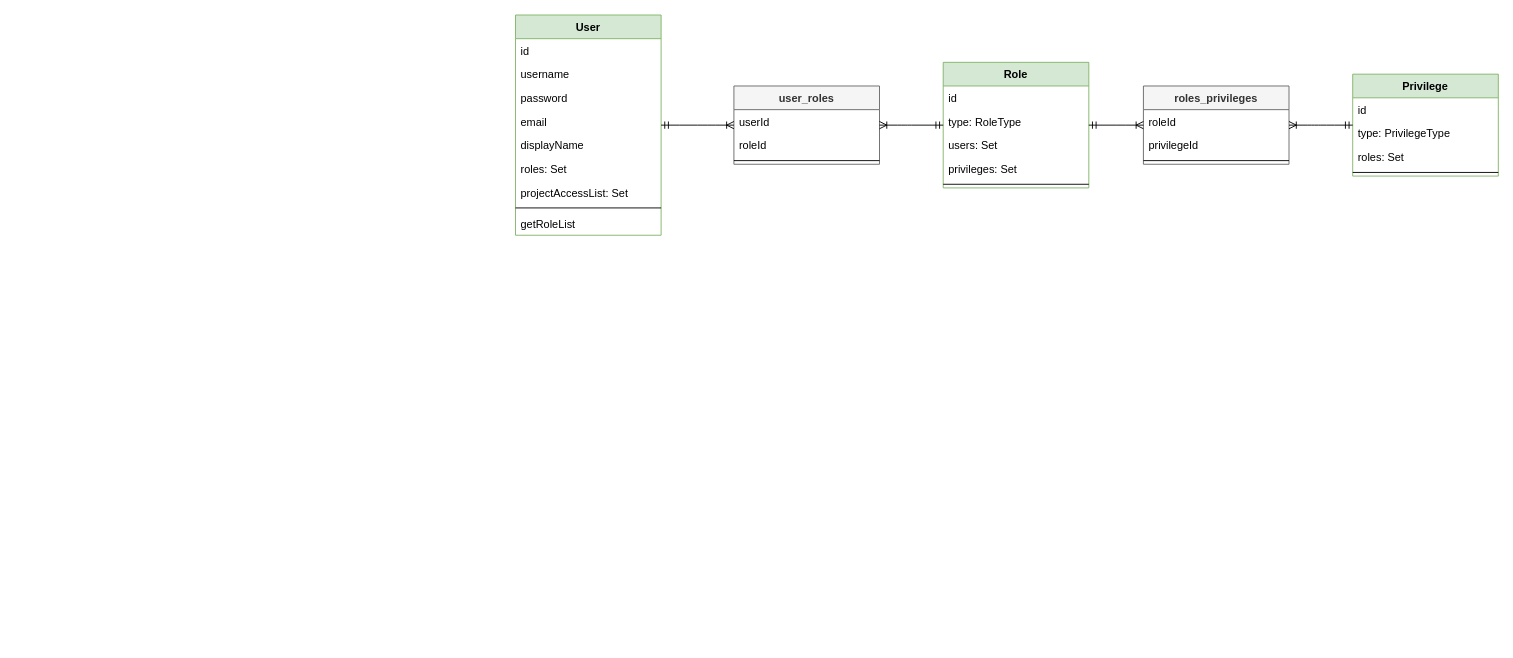
Earlier version of the draw.io diagram docs/3 infrastructure/database model.drawio (CristiHE/task-app). Source tidied: cells renumbered, new cells numbered last; positions are measured from the earlier drawing's top-left corner, leaving out a move shared by most shapes. Both pictures are drawn from the tidied source at 91%, with x=0, y=0 at pixel (515, 15).
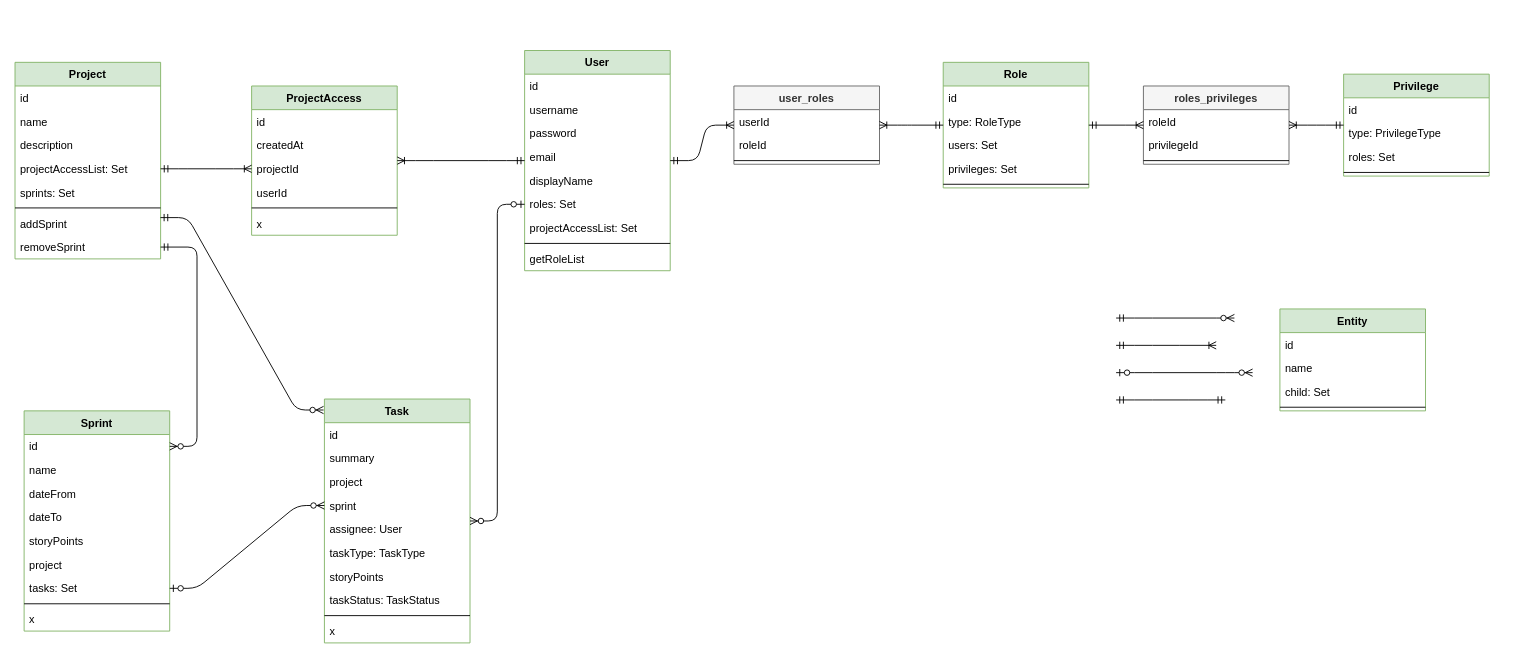
After the change.

Commit message:
code review - add db model

Unchanged cells that the change refers to:
```xml
<mxCell id="8" value="roles: Set" style="text;strokeColor=none;fillColor=none;align=left;verticalAlign=top;spacingLeft=4;spacingRight=4;overflow=hidden;points=[[0,0.5],[1,0.5]];portConstraint=eastwest;" parent="2" vertex="1">
  <mxGeometry y="156" width="160" height="26" as="geometry" />
</mxCell>
<mxCell id="12" value="Role" style="swimlane;fontStyle=1;align=center;verticalAlign=top;horizontal=1;startSize=26;fillColor=#d5e8d4;strokeColor=#82b366;" parent="1" vertex="1">
  <mxGeometry x="470" y="52" width="160" height="138" as="geometry" />
</mxCell>
<mxCell id="23" value="roles_privileges" style="swimlane;fontStyle=1;align=center;verticalAlign=top;horizontal=1;startSize=26;fillColor=#f5f5f5;strokeColor=#666666;fontColor=#333333;" parent="1" vertex="1">
  <mxGeometry x="690" y="78" width="160" height="86" as="geometry" />
</mxCell>
<mxCell id="27" value="user_roles" style="swimlane;fontStyle=1;align=center;verticalAlign=top;horizontal=1;startSize=26;fillColor=#f5f5f5;strokeColor=#666666;fontColor=#333333;" parent="1" vertex="1">
  <mxGeometry x="240" y="78" width="160" height="86" as="geometry" />
</mxCell>
```

What changed in the source:
```diff
@@
+    <mxCell id="34" value="Project" style="swimlane;fontStyle=1;align=center;verticalAlign=top;horizontal=1;startSize=26;fillColor=#d5e8d4;strokeColor=#82b366;" parent="1" vertex="1">
+      <mxGeometry x="-550" y="52" width="160" height="216" as="geometry" />
+    </mxCell>
+    <mxCell id="35" value="id" style="text;strokeColor=none;fillColor=none;align=left;verticalAlign=top;spacingLeft=4;spacingRight=4;overflow=hidden;" parent="34" vertex="1">
+      <mxGeometry y="26" width="160" height="26" as="geometry" />
+    </mxCell>
+    <mxCell id="36" value="name" style="text;strokeColor=none;fillColor=none;align=left;verticalAlign=top;spacingLeft=4;spacingRight=4;overflow=hidden;" parent="34" vertex="1">
+      <mxGeometry y="52" width="160" height="26" as="geometry" />
+    </mxCell>
+    <mxCell id="37" value="description" style="text;strokeColor=none;fillColor=none;align=left;verticalAlign=top;spacingLeft=4;spacingRight=4;overflow=hidden;" parent="34" vertex="1">
+      <mxGeometry y="78" width="160" height="26" as="geometry" />
+    </mxCell>
+    <mxCell id="38" value="projectAccessList: Set" style="text;strokeColor=none;fillColor=none;align=left;verticalAlign=top;spacingLeft=4;spacingRight=4;overflow=hidden;points=[[0,0.5],[1,0.5]];portConstraint=eastwest;" parent="34" vertex="1">
+      <mxGeometry y="104" width="160" height="26" as="geometry" />
+    </mxCell>
+    <mxCell id="39" value="sprints: Set" style="text;strokeColor=none;fillColor=none;align=left;verticalAlign=top;spacingLeft=4;spacingRight=4;overflow=hidden;" parent="34" vertex="1">
+      <mxGeometry y="130" width="160" height="26" as="geometry" />
+    </mxCell>
+    <mxCell id="40" style="line;strokeWidth=1;fillColor=none;align=left;verticalAlign=middle;spacingTop=-1;spacingLeft=3;spacingRight=3;labelPosition=right;" parent="34" vertex="1">
+      <mxGeometry y="156" width="160" height="8" as="geometry" />
+    </mxCell>
+    <mxCell id="41" value="addSprint" style="text;strokeColor=none;fillColor=none;align=left;verticalAlign=top;spacingLeft=4;spacingRight=4;overflow=hidden;points=[[0,0.5],[1,0.5]];portConstraint=eastwest;" parent="34" vertex="1">
+      <mxGeometry y="164" width="160" height="26" as="geometry" />
+    </mxCell>
+    <mxCell id="42" value="removeSprint" style="text;strokeColor=none;fillColor=none;align=left;verticalAlign=top;spacingLeft=4;spacingRight=4;overflow=hidden;" parent="34" vertex="1">
+      <mxGeometry y="190" width="160" height="26" as="geometry" />
+    </mxCell>
+    <mxCell id="43" value="Sprint" style="swimlane;fontStyle=1;align=center;verticalAlign=top;horizontal=1;startSize=26;fillColor=#d5e8d4;strokeColor=#82b366;" parent="1" vertex="1">
+      <mxGeometry x="-540" y="435" width="160" height="242" as="geometry" />
+    </mxCell>
+    <mxCell id="44" value="id" style="text;strokeColor=none;fillColor=none;align=left;verticalAlign=top;spacingLeft=4;spacingRight=4;overflow=hidden;points=[[0,0.5],[1,0.5]];portConstraint=eastwest;" parent="43" vertex="1">
+      <mxGeometry y="26" width="160" height="26" as="geometry" />
+    </mxCell>
+    <mxCell id="45" value="name" style="text;strokeColor=none;fillColor=none;align=left;verticalAlign=top;spacingLeft=4;spacingRight=4;overflow=hidden;" parent="43" vertex="1">
+      <mxGeometry y="52" width="160" height="26" as="geometry" />
+    </mxCell>
+    <mxCell id="46" value="dateFrom" style="text;strokeColor=none;fillColor=none;align=left;verticalAlign=top;spacingLeft=4;spacingRight=4;overflow=hidden;" parent="43" vertex="1">
+      <mxGeometry y="78" width="160" height="26" as="geometry" />
+    </mxCell>
+    <mxCell id="47" value="dateTo" style="text;strokeColor=none;fillColor=none;align=left;verticalAlign=top;spacingLeft=4;spacingRight=4;overflow=hidden;" parent="43" vertex="1">
+      <mxGeometry y="104" width="160" height="26" as="geometry" />
+    </mxCell>
+    <mxCell id="48" value="storyPoints" style="text;strokeColor=none;fillColor=none;align=left;verticalAlign=top;spacingLeft=4;spacingRight=4;overflow=hidden;" parent="43" vertex="1">
+      <mxGeometry y="130" width="160" height="26" as="geometry" />
+    </mxCell>
+    <mxCell id="49" value="project" style="text;strokeColor=none;fillColor=none;align=left;verticalAlign=top;spacingLeft=4;spacingRight=4;overflow=hidden;" parent="43" vertex="1">
+      <mxGeometry y="156" width="160" height="26" as="geometry" />
+    </mxCell>
+    <mxCell id="50" value="tasks: Set" style="text;strokeColor=none;fillColor=none;align=left;verticalAlign=top;spacingLeft=4;spacingRight=4;overflow=hidden;points=[[0,0.5],[1,0.5]];portConstraint=eastwest;" parent="43" vertex="1">
+      <mxGeometry y="182" width="160" height="26" as="geometry" />
+    </mxCell>
+    <mxCell id="51" style="line;strokeWidth=1;fillColor=none;align=left;verticalAlign=middle;spacingTop=-1;spacingLeft=3;spacingRight=3;labelPosition=right;" parent="43" vertex="1">
+      <mxGeometry y="208" width="160" height="8" as="geometry" />
+    </mxCell>
+    <mxCell id="52" value="x" style="text;strokeColor=none;fillColor=none;align=left;verticalAlign=top;spacingLeft=4;spacingRight=4;overflow=hidden;" parent="43" vertex="1">
+      <mxGeometry y="216" width="160" height="26" as="geometry" />
+    </mxCell>
+    <mxCell id="53" value="Task" style="swimlane;fontStyle=1;align=center;verticalAlign=top;horizontal=1;startSize=26;fillColor=#d5e8d4;strokeColor=#82b366;" parent="1" vertex="1">
+      <mxGeometry x="-210" y="422" width="160" height="268" as="geometry" />
+    </mxCell>
+    <mxCell id="54" value="id" style="text;strokeColor=none;fillColor=none;align=left;verticalAlign=top;spacingLeft=4;spacingRight=4;overflow=hidden;" parent="53" vertex="1">
+      <mxGeometry y="26" width="160" height="26" as="geometry" />
+    </mxCell>
+    <mxCell id="55" value="summary" style="text;strokeColor=none;fillColor=none;align=left;verticalAlign=top;spacingLeft=4;spacingRight=4;overflow=hidden;" parent="53" vertex="1">
+      <mxGeometry y="52" width="160" height="26" as="geometry" />
+    </mxCell>
+    <mxCell id="56" value="project" style="text;strokeColor=none;fillColor=none;align=left;verticalAlign=top;spacingLeft=4;spacingRight=4;overflow=hidden;" parent="53" vertex="1">
+      <mxGeometry y="78" width="160" height="26" as="geometry" />
+    </mxCell>
+    <mxCell id="57" value="sprint" style="text;strokeColor=none;fillColor=none;align=left;verticalAlign=top;spacingLeft=4;spacingRight=4;overflow=hidden;points=[[0,0.5],[1,0.5]];portConstraint=eastwest;" parent="53" vertex="1">
+      <mxGeometry y="104" width="160" height="26" as="geometry" />
+    </mxCell>
+    <mxCell id="58" value="assignee: User" style="text;strokeColor=none;fillColor=none;align=left;verticalAlign=top;spacingLeft=4;spacingRight=4;overflow=hidden;" parent="53" vertex="1">
+      <mxGeometry y="130" width="160" height="26" as="geometry" />
+    </mxCell>
+    <mxCell id="59" value="taskType: TaskType" style="text;strokeColor=none;fillColor=none;align=left;verticalAlign=top;spacingLeft=4;spacingRight=4;overflow=hidden;" parent="53" vertex="1">
+      <mxGeometry y="156" width="160" height="26" as="geometry" />
+    </mxCell>
+    <mxCell id="60" value="storyPoints" style="text;strokeColor=none;fillColor=none;align=left;verticalAlign=top;spacingLeft=4;spacingRight=4;overflow=hidden;" parent="53" vertex="1">
+      <mxGeometry y="182" width="160" height="26" as="geometry" />
+    </mxCell>
+    <mxCell id="61" value="taskStatus: TaskStatus" style="text;strokeColor=none;fillColor=none;align=left;verticalAlign=top;spacingLeft=4;spacingRight=4;overflow=hidden;" parent="53" vertex="1">
+      <mxGeometry y="208" width="160" height="26" as="geometry" />
+    </mxCell>
+    <mxCell id="62" style="line;strokeWidth=1;fillColor=none;align=left;verticalAlign=middle;spacingTop=-1;spacingLeft=3;spacingRight=3;labelPosition=right;" parent="53" vertex="1">
+      <mxGeometry y="234" width="160" height="8" as="geometry" />
+    </mxCell>
+    <mxCell id="63" value="x" style="text;strokeColor=none;fillColor=none;align=left;verticalAlign=top;spacingLeft=4;spacingRight=4;overflow=hidden;" parent="53" vertex="1">
+      <mxGeometry y="242" width="160" height="26" as="geometry" />
+    </mxCell>
     <mxCell id="2" value="User" style="swimlane;fontStyle=1;align=center;verticalAlign=top;horizontal=1;startSize=26;fillColor=#d5e8d4;strokeColor=#82b366;" parent="1" vertex="1">
-      <mxGeometry width="160" height="242" as="geometry" />
+      <mxGeometry x="10" y="39" width="160" height="242" as="geometry" />
     </mxCell>
-    <mxCell id="3" value="id" style="text;strokeColor=none;fillColor=none;align=left;verticalAlign=top;spacingLeft=4;spacingRight=4;overflow=hidden;" parent="2" vertex="1">
-      <mxGeometry y="26" width="160" height="26" as="geometry" />
-    </mxCell>
+    <mxCell id="64" value="id" style="text;strokeColor=none;fillColor=none;align=left;verticalAlign=top;spacingLeft=4;spacingRight=4;overflow=hidden;" parent="2" vertex="1">
+      <mxGeometry y="26" width="160" height="26" as="geometry" />
+    </mxCell>
@@
-    <mxCell id="10" style="line;strokeWidth=1;fillColor=none;align=left;verticalAlign=middle;spacingTop=-1;spacingLeft=3;spacingRight=3;labelPosition=right;" parent="2" vertex="1">
-      <mxGeometry y="208" width="160" height="8" as="geometry" />
-    </mxCell>
+    <mxCell id="65" style="line;strokeWidth=1;fillColor=none;align=left;verticalAlign=middle;spacingTop=-1;spacingLeft=3;spacingRight=3;labelPosition=right;" parent="2" vertex="1">
+      <mxGeometry y="208" width="160" height="8" as="geometry" />
+    </mxCell>
@@
+    <mxCell id="66" value="ProjectAccess" style="swimlane;fontStyle=1;align=center;verticalAlign=top;horizontal=1;startSize=26;fillColor=#d5e8d4;strokeColor=#82b366;" parent="1" vertex="1">
+      <mxGeometry x="-290" y="78" width="160" height="164" as="geometry" />
+    </mxCell>
+    <mxCell id="67" value="id" style="text;strokeColor=none;fillColor=none;align=left;verticalAlign=top;spacingLeft=4;spacingRight=4;overflow=hidden;" parent="66" vertex="1">
+      <mxGeometry y="26" width="160" height="26" as="geometry" />
+    </mxCell>
+    <mxCell id="68" value="createdAt" style="text;strokeColor=none;fillColor=none;align=left;verticalAlign=top;spacingLeft=4;spacingRight=4;overflow=hidden;" parent="66" vertex="1">
+      <mxGeometry y="52" width="160" height="26" as="geometry" />
+    </mxCell>
+    <mxCell id="69" value="projectId" style="text;strokeColor=none;fillColor=none;align=left;verticalAlign=top;spacingLeft=4;spacingRight=4;overflow=hidden;points=[[0,0.5],[1,0.5]];portConstraint=eastwest;" parent="66" vertex="1">
+      <mxGeometry y="78" width="160" height="26" as="geometry" />
+    </mxCell>
+    <mxCell id="70" value="userId" style="text;strokeColor=none;fillColor=none;align=left;verticalAlign=top;spacingLeft=4;spacingRight=4;overflow=hidden;" parent="66" vertex="1">
+      <mxGeometry y="104" width="160" height="26" as="geometry" />
+    </mxCell>
+    <mxCell id="71" style="line;strokeWidth=1;fillColor=none;align=left;verticalAlign=middle;spacingTop=-1;spacingLeft=3;spacingRight=3;labelPosition=right;" parent="66" vertex="1">
+      <mxGeometry y="130" width="160" height="8" as="geometry" />
+    </mxCell>
+    <mxCell id="72" value="x" style="text;strokeColor=none;fillColor=none;align=left;verticalAlign=top;spacingLeft=4;spacingRight=4;overflow=hidden;" parent="66" vertex="1">
+      <mxGeometry y="138" width="160" height="26" as="geometry" />
+    </mxCell>
+    <mxCell id="73" style="edgeStyle=entityRelationEdgeStyle;fontSize=12;html=1;endArrow=ERoneToMany;startArrow=ERmandOne;" parent="1" edge="1" source="38" target="69">
+      <mxGeometry relative="1" as="geometry" />
+    </mxCell>
+    <mxCell id="74" style="edgeStyle=entityRelationEdgeStyle;fontSize=12;html=1;endArrow=ERoneToMany;startArrow=ERmandOne;" parent="1" edge="1" source="2" target="66">
+      <mxGeometry relative="1" as="geometry" />
+    </mxCell>
+    <mxCell id="75" style="edgeStyle=entityRelationEdgeStyle;fontSize=12;html=1;endArrow=ERzeroToMany;startArrow=ERmandOne;" parent="1" edge="1" target="44">
+      <mxGeometry relative="1" as="geometry">
+        <mxPoint x="-390" y="255" as="sourcePoint" />
+      </mxGeometry>
+    </mxCell>
+    <mxCell id="76" style="edgeStyle=entityRelationEdgeStyle;fontSize=12;html=1;endArrow=ERzeroToMany;startArrow=ERzeroToOne;entryX=0;entryY=0.5;entryDx=0;entryDy=0;exitX=1;exitY=0.5;exitDx=0;exitDy=0;" parent="1" edge="1" source="50" target="57">
+      <mxGeometry relative="1" as="geometry" />
+    </mxCell>
+    <mxCell id="77" style="edgeStyle=entityRelationEdgeStyle;fontSize=12;html=1;endArrow=ERzeroToMany;startArrow=ERzeroToOne;" parent="1" edge="1" source="8" target="53">
+      <mxGeometry relative="1" as="geometry" />
+    </mxCell>
+    <mxCell id="78" style="edgeStyle=entityRelationEdgeStyle;fontSize=12;html=1;endArrow=ERzeroToMany;startArrow=ERmandOne;exitX=0.999;exitY=0.255;exitDx=0;exitDy=0;exitPerimeter=0;entryX=-0.006;entryY=0.045;entryDx=0;entryDy=0;entryPerimeter=0;" parent="1" edge="1" source="41" target="53">
+      <mxGeometry relative="1" as="geometry" />
+    </mxCell>
@@
-    <mxCell id="13" value="id" style="text;strokeColor=none;fillColor=none;align=left;verticalAlign=top;spacingLeft=4;spacingRight=4;overflow=hidden;" parent="12" vertex="1">
-      <mxGeometry y="26" width="160" height="26" as="geometry" />
-    </mxCell>
+    <mxCell id="79" value="id" style="text;strokeColor=none;fillColor=none;align=left;verticalAlign=top;spacingLeft=4;spacingRight=4;overflow=hidden;" parent="12" vertex="1">
+      <mxGeometry y="26" width="160" height="26" as="geometry" />
+    </mxCell>
@@
-    <mxCell id="17" style="line;strokeWidth=1;fillColor=none;align=left;verticalAlign=middle;spacingTop=-1;spacingLeft=3;spacingRight=3;labelPosition=right;" parent="12" vertex="1">
-      <mxGeometry y="130" width="160" height="8" as="geometry" />
-    </mxCell>
+    <mxCell id="80" style="line;strokeWidth=1;fillColor=none;align=left;verticalAlign=middle;spacingTop=-1;spacingLeft=3;spacingRight=3;labelPosition=right;" parent="12" vertex="1">
+      <mxGeometry y="130" width="160" height="8" as="geometry" />
+    </mxCell>
     <mxCell id="18" value="Privilege" style="swimlane;fontStyle=1;align=center;verticalAlign=top;horizontal=1;startSize=26;fillColor=#d5e8d4;strokeColor=#82b366;" parent="1" vertex="1">
-      <mxGeometry x="920" y="65" width="160" height="112" as="geometry" />
+      <mxGeometry x="910" y="65" width="160" height="112" as="geometry" />
     </mxCell>
-    <mxCell id="19" value="id" style="text;strokeColor=none;fillColor=none;align=left;verticalAlign=top;spacingLeft=4;spacingRight=4;overflow=hidden;" parent="18" vertex="1">
-      <mxGeometry y="26" width="160" height="26" as="geometry" />
-    </mxCell>
+    <mxCell id="81" value="id" style="text;strokeColor=none;fillColor=none;align=left;verticalAlign=top;spacingLeft=4;spacingRight=4;overflow=hidden;" parent="18" vertex="1">
+      <mxGeometry y="26" width="160" height="26" as="geometry" />
+    </mxCell>
@@
-    <mxCell id="22" style="line;strokeWidth=1;fillColor=none;align=left;verticalAlign=middle;spacingTop=-1;spacingLeft=3;spacingRight=3;labelPosition=right;" parent="18" vertex="1">
-      <mxGeometry y="104" width="160" height="8" as="geometry" />
-    </mxCell>
+    <mxCell id="82" style="line;strokeWidth=1;fillColor=none;align=left;verticalAlign=middle;spacingTop=-1;spacingLeft=3;spacingRight=3;labelPosition=right;" parent="18" vertex="1">
+      <mxGeometry y="104" width="160" height="8" as="geometry" />
+    </mxCell>
@@
-    <mxCell id="26" style="line;strokeWidth=1;fillColor=none;align=left;verticalAlign=middle;spacingTop=-1;spacingLeft=3;spacingRight=3;labelPosition=right;" parent="23" vertex="1">
-      <mxGeometry y="78" width="160" height="8" as="geometry" />
-    </mxCell>
+    <mxCell id="83" style="line;strokeWidth=1;fillColor=none;align=left;verticalAlign=middle;spacingTop=-1;spacingLeft=3;spacingRight=3;labelPosition=right;" parent="23" vertex="1">
+      <mxGeometry y="78" width="160" height="8" as="geometry" />
+    </mxCell>
@@
-    <mxCell id="30" style="line;strokeWidth=1;fillColor=none;align=left;verticalAlign=middle;spacingTop=-1;spacingLeft=3;spacingRight=3;labelPosition=right;" parent="27" vertex="1">
-      <mxGeometry y="78" width="160" height="8" as="geometry" />
-    </mxCell>
+    <mxCell id="84" style="line;strokeWidth=1;fillColor=none;align=left;verticalAlign=middle;spacingTop=-1;spacingLeft=3;spacingRight=3;labelPosition=right;" parent="27" vertex="1">
+      <mxGeometry y="78" width="160" height="8" as="geometry" />
+    </mxCell>
@@
-    <mxCell id="34" style="edgeStyle=entityRelationEdgeStyle;fontSize=12;html=1;endArrow=ERoneToMany;startArrow=ERmandOne;" parent="1" edge="1" source="18" target="23">
-      <mxGeometry relative="1" as="geometry" />
-    </mxCell>
+    <mxCell id="85" style="edgeStyle=entityRelationEdgeStyle;fontSize=12;html=1;endArrow=ERoneToMany;startArrow=ERmandOne;" parent="1" edge="1" source="18" target="23">
+      <mxGeometry relative="1" as="geometry" />
+    </mxCell>
+    <mxCell id="86" style="edgeStyle=entityRelationEdgeStyle;fontSize=12;html=1;endArrow=ERzeroToMany;startArrow=ERzeroToOne;" parent="1" edge="1">
+      <mxGeometry relative="1" as="geometry">
+        <mxPoint x="660" y="393" as="sourcePoint" />
+        <mxPoint x="810" y="393" as="targetPoint" />
+      </mxGeometry>
+    </mxCell>
+    <mxCell id="87" style="edgeStyle=entityRelationEdgeStyle;fontSize=12;html=1;endArrow=ERzeroToMany;startArrow=ERmandOne;" parent="1" edge="1">
+      <mxGeometry relative="1" as="geometry">
+        <mxPoint x="660" y="333" as="sourcePoint" />
+        <mxPoint x="790" y="333" as="targetPoint" />
+      </mxGeometry>
+    </mxCell>
+    <mxCell id="88" style="edgeStyle=entityRelationEdgeStyle;fontSize=12;html=1;endArrow=ERoneToMany;startArrow=ERmandOne;" parent="1" edge="1">
+      <mxGeometry relative="1" as="geometry">
+        <mxPoint x="660" y="363" as="sourcePoint" />
+        <mxPoint x="770" y="363" as="targetPoint" />
+      </mxGeometry>
+    </mxCell>
+    <mxCell id="89" value="Entity" style="swimlane;fontStyle=1;align=center;verticalAlign=top;horizontal=1;startSize=26;fillColor=#d5e8d4;strokeColor=#82b366;" parent="1" vertex="1">
+      <mxGeometry x="840" y="323" width="160" height="112" as="geometry" />
+    </mxCell>
+    <mxCell id="90" value="id" style="text;strokeColor=none;fillColor=none;align=left;verticalAlign=top;spacingLeft=4;spacingRight=4;overflow=hidden;" parent="89" vertex="1">
+      <mxGeometry y="26" width="160" height="26" as="geometry" />
+    </mxCell>
+    <mxCell id="91" value="name" style="text;strokeColor=none;fillColor=none;align=left;verticalAlign=top;spacingLeft=4;spacingRight=4;overflow=hidden;" parent="89" vertex="1">
+      <mxGeometry y="52" width="160" height="26" as="geometry" />
+    </mxCell>
+    <mxCell id="92" value="child: Set" style="text;strokeColor=none;fillColor=none;align=left;verticalAlign=top;spacingLeft=4;spacingRight=4;overflow=hidden;" parent="89" vertex="1">
+      <mxGeometry y="78" width="160" height="26" as="geometry" />
+    </mxCell>
+    <mxCell id="93" style="line;strokeWidth=1;fillColor=none;align=left;verticalAlign=middle;spacingTop=-1;spacingLeft=3;spacingRight=3;labelPosition=right;" parent="89" vertex="1">
+      <mxGeometry y="104" width="160" height="8" as="geometry" />
+    </mxCell>
+    <mxCell id="94" style="edgeStyle=entityRelationEdgeStyle;fontSize=12;html=1;endArrow=ERmandOne;startArrow=ERmandOne;" parent="1" edge="1">
+      <mxGeometry relative="1" as="geometry">
+        <mxPoint x="660" y="423" as="sourcePoint" />
+        <mxPoint x="780" y="423" as="targetPoint" />
+      </mxGeometry>
+    </mxCell>
```
